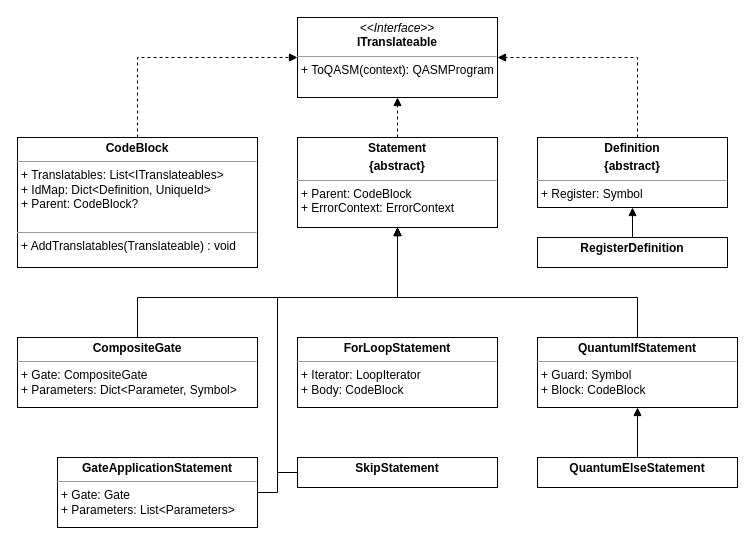
Earlier version of the draw.io diagram figures/uml_translateables.drawio (SaschaRWTH/masterthesis). Source tidied: cells renumbered, new cells numbered last; positions are measured from the earlier drawing's top-left corner, leaving out a move shared by most shapes. Both pictures are drawn from the tidied source at 100%, with x=0, y=0 at pixel (17, 17).
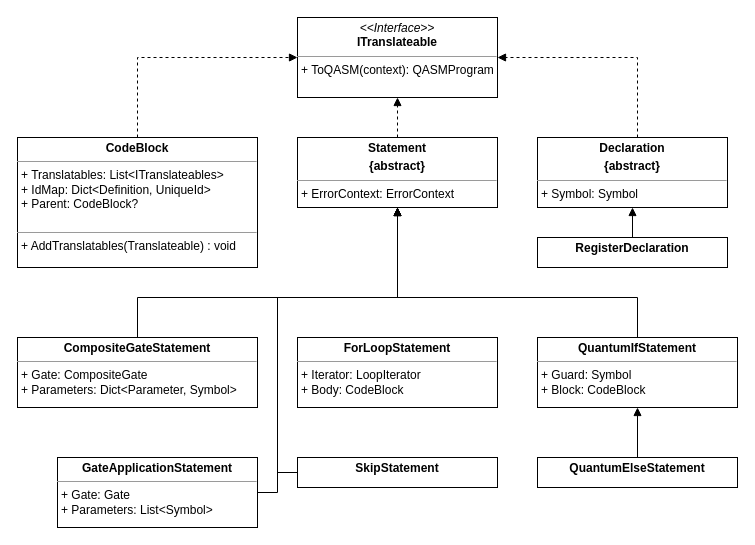
The same page after the edit.

The change refers to these unchanged cells:
```xml
<mxCell id="13" value="&lt;p style=&quot;margin:0px;margin-top:4px;text-align:center;&quot;&gt;&lt;b&gt;QuantumIfStatement&lt;br&gt;&lt;/b&gt;&lt;/p&gt;&lt;hr size=&quot;1&quot;&gt;&lt;p style=&quot;margin:0px;margin-left:4px;&quot;&gt;+ Guard: Symbol&lt;/p&gt;&lt;p style=&quot;margin:0px;margin-left:4px;&quot;&gt;+ Block: CodeBlock&lt;/p&gt;" style="verticalAlign=top;align=left;overflow=fill;fontSize=12;fontFamily=Helvetica;html=1;" parent="1" vertex="1">
  <mxGeometry x="520" y="320" width="200" height="70" as="geometry" />
</mxCell>
```

Diff of the diagram source:
```diff
@@
-    <mxCell id="4" value="&lt;p style=&quot;margin:0px;margin-top:4px;text-align:center;&quot;&gt;&lt;b&gt;Statement&lt;/b&gt;&lt;/p&gt;&lt;p style=&quot;margin:0px;margin-top:4px;text-align:center;&quot;&gt;&lt;b&gt;{abstract}&lt;/b&gt;&lt;/p&gt;&lt;hr size=&quot;1&quot;&gt;&lt;p style=&quot;margin:0px;margin-left:4px;&quot;&gt;+ Parent: CodeBlock&lt;br&gt;+ ErrorContext: ErrorContext&lt;/p&gt;" style="verticalAlign=top;align=left;overflow=fill;fontSize=12;fontFamily=Helvetica;html=1;" parent="1" vertex="1">
-      <mxGeometry x="280" y="120" width="200" height="90" as="geometry" />
+    <mxCell id="4" value="&lt;p style=&quot;margin:0px;margin-top:4px;text-align:center;&quot;&gt;&lt;b&gt;Statement&lt;/b&gt;&lt;/p&gt;&lt;p style=&quot;margin:0px;margin-top:4px;text-align:center;&quot;&gt;&lt;b&gt;{abstract}&lt;/b&gt;&lt;/p&gt;&lt;hr size=&quot;1&quot;&gt;&lt;p style=&quot;margin:0px;margin-left:4px;&quot;&gt;+ ErrorContext: ErrorContext&lt;/p&gt;" style="verticalAlign=top;align=left;overflow=fill;fontSize=12;fontFamily=Helvetica;html=1;" parent="1" vertex="1">
+      <mxGeometry x="280" y="120" width="200" height="70" as="geometry" />
     </mxCell>
@@
-    <mxCell id="8" value="&lt;p style=&quot;margin:0px;margin-top:4px;text-align:center;&quot;&gt;&lt;b&gt;Definition&lt;/b&gt;&lt;/p&gt;&lt;p style=&quot;margin:0px;margin-top:4px;text-align:center;&quot;&gt;&lt;b&gt;{abstract}&lt;/b&gt;&lt;/p&gt;&lt;hr size=&quot;1&quot;&gt;&lt;p style=&quot;margin:0px;margin-left:4px;&quot;&gt;+ Register: Symbol&lt;/p&gt;" style="verticalAlign=top;align=left;overflow=fill;fontSize=12;fontFamily=Helvetica;html=1;" parent="1" vertex="1">
+    <mxCell id="8" value="&lt;p style=&quot;margin:0px;margin-top:4px;text-align:center;&quot;&gt;&lt;b&gt;Declaration&lt;/b&gt;&lt;/p&gt;&lt;p style=&quot;margin:0px;margin-top:4px;text-align:center;&quot;&gt;&lt;b&gt;{abstract}&lt;/b&gt;&lt;/p&gt;&lt;hr size=&quot;1&quot;&gt;&lt;p style=&quot;margin:0px;margin-left:4px;&quot;&gt;+ Symbol: Symbol&lt;/p&gt;" style="verticalAlign=top;align=left;overflow=fill;fontSize=12;fontFamily=Helvetica;html=1;" parent="1" vertex="1">
       <mxGeometry x="520" y="120" width="190" height="70" as="geometry" />
     </mxCell>
@@
-    <mxCell id="10" value="&lt;p style=&quot;margin:0px;margin-top:4px;text-align:center;&quot;&gt;&lt;b&gt;RegisterDefinition&lt;/b&gt;&lt;/p&gt;&lt;p style=&quot;margin:0px;margin-left:4px;&quot;&gt;&lt;br&gt;&lt;/p&gt;" style="verticalAlign=top;align=left;overflow=fill;fontSize=12;fontFamily=Helvetica;html=1;" parent="1" vertex="1">
+    <mxCell id="10" value="&lt;p style=&quot;margin:0px;margin-top:4px;text-align:center;&quot;&gt;&lt;b&gt;RegisterDeclaration&lt;/b&gt;&lt;/p&gt;&lt;p style=&quot;margin:0px;margin-left:4px;&quot;&gt;&lt;br&gt;&lt;/p&gt;" style="verticalAlign=top;align=left;overflow=fill;fontSize=12;fontFamily=Helvetica;html=1;" parent="1" vertex="1">
       <mxGeometry x="520" y="220" width="190" height="30" as="geometry" />
     </mxCell>
@@
-    <mxCell id="12" style="edgeStyle=orthogonalEdgeStyle;rounded=0;html=1;endArrow=block;endFill=1;" parent="1" edge="1" source="13">
+    <mxCell id="12" style="edgeStyle=orthogonalEdgeStyle;rounded=0;html=1;endArrow=block;endFill=1;entryX=0.5;entryY=1;entryDx=0;entryDy=0;" parent="1" edge="1" source="13" target="4">
       <mxGeometry relative="1" as="geometry">
-        <mxPoint x="380" y="210" as="targetPoint" />
         <Array as="points">
           <mxPoint x="620" y="280" />
           <mxPoint x="380" y="280" />
         </Array>
       </mxGeometry>
     </mxCell>
@@
-    <mxCell id="15" value="&lt;p style=&quot;margin:0px;margin-top:4px;text-align:center;&quot;&gt;&lt;b&gt;GateApplicationStatement&lt;br&gt;&lt;/b&gt;&lt;/p&gt;&lt;hr size=&quot;1&quot;&gt;&lt;p style=&quot;margin:0px;margin-left:4px;&quot;&gt;+ Gate: Gate&lt;/p&gt;&lt;p style=&quot;margin:0px;margin-left:4px;&quot;&gt;+ Parameters: List&amp;lt;Parameters&amp;gt;&lt;/p&gt;" style="verticalAlign=top;align=left;overflow=fill;fontSize=12;fontFamily=Helvetica;html=1;" parent="1" vertex="1">
+    <mxCell id="15" value="&lt;p style=&quot;margin:0px;margin-top:4px;text-align:center;&quot;&gt;&lt;b&gt;GateApplicationStatement&lt;br&gt;&lt;/b&gt;&lt;/p&gt;&lt;hr size=&quot;1&quot;&gt;&lt;p style=&quot;margin:0px;margin-left:4px;&quot;&gt;+ Gate: Gate&lt;/p&gt;&lt;p style=&quot;margin:0px;margin-left:4px;&quot;&gt;+ Parameters: List&amp;lt;Symbol&amp;gt;&lt;/p&gt;" style="verticalAlign=top;align=left;overflow=fill;fontSize=12;fontFamily=Helvetica;html=1;" parent="1" vertex="1">
       <mxGeometry x="40" y="440" width="200" height="70" as="geometry" />
     </mxCell>
@@
-    <mxCell id="20" style="edgeStyle=orthogonalEdgeStyle;rounded=0;html=1;endArrow=block;endFill=1;" parent="1" edge="1" source="21">
+    <mxCell id="20" style="edgeStyle=orthogonalEdgeStyle;rounded=0;html=1;endArrow=block;endFill=1;entryX=0.5;entryY=1;entryDx=0;entryDy=0;" parent="1" edge="1" source="21" target="4">
       <mxGeometry relative="1" as="geometry">
-        <mxPoint x="380" y="210" as="targetPoint" />
         <Array as="points">
           <mxPoint x="120" y="280" />
           <mxPoint x="380" y="280" />
         </Array>
       </mxGeometry>
     </mxCell>
-    <mxCell id="21" value="&lt;p style=&quot;margin:0px;margin-top:4px;text-align:center;&quot;&gt;&lt;b&gt;CompositeGate&lt;br&gt;&lt;/b&gt;&lt;/p&gt;&lt;hr size=&quot;1&quot;&gt;&lt;p style=&quot;margin:0px;margin-left:4px;&quot;&gt;+ Gate: CompositeGate&lt;/p&gt;&lt;p style=&quot;margin:0px;margin-left:4px;&quot;&gt;+ Parameters: Dict&amp;lt;Parameter, Symbol&amp;gt;&lt;/p&gt;" style="verticalAlign=top;align=left;overflow=fill;fontSize=12;fontFamily=Helvetica;html=1;" parent="1" vertex="1">
+    <mxCell id="21" value="&lt;p style=&quot;margin:0px;margin-top:4px;text-align:center;&quot;&gt;&lt;b&gt;CompositeGateStatement&lt;br&gt;&lt;/b&gt;&lt;/p&gt;&lt;hr size=&quot;1&quot;&gt;&lt;p style=&quot;margin:0px;margin-left:4px;&quot;&gt;+ Gate: CompositeGate&lt;/p&gt;&lt;p style=&quot;margin:0px;margin-left:4px;&quot;&gt;+ Parameters: Dict&amp;lt;Parameter, Symbol&amp;gt;&lt;/p&gt;" style="verticalAlign=top;align=left;overflow=fill;fontSize=12;fontFamily=Helvetica;html=1;" parent="1" vertex="1">
       <mxGeometry y="320" width="240" height="70" as="geometry" />
     </mxCell>
```
